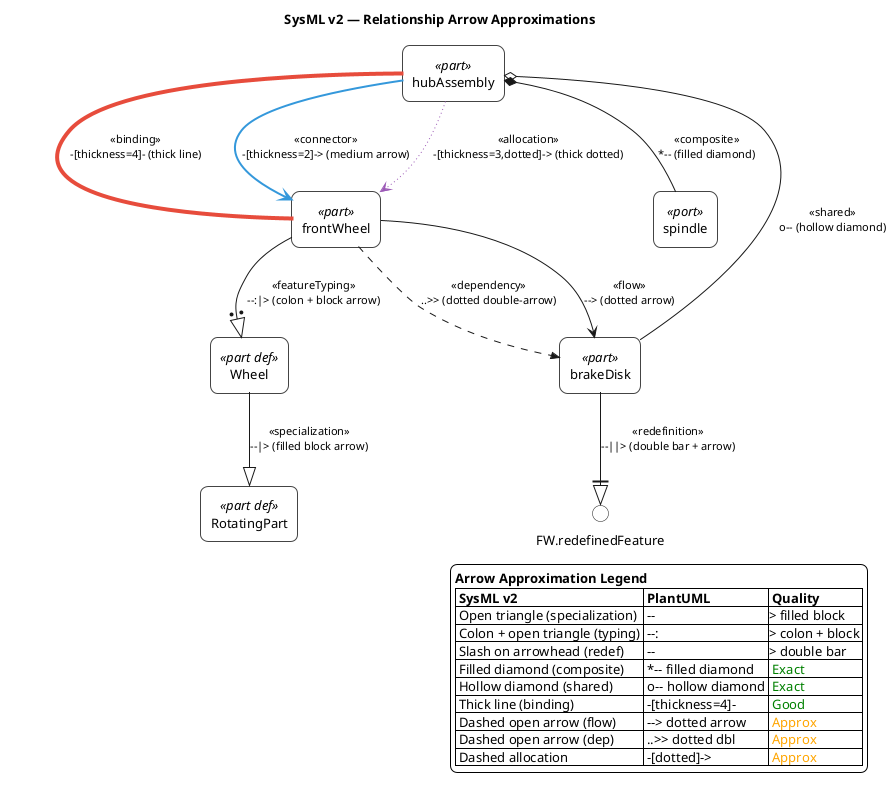
Before: plantuml-examples/02-relationships.png, a diagram exported from PlantUML (mycr0ft/sysmlpy). Its diagram source:
```plantuml
@startuml

<style>
root {
    BackGroundColor white
    FontName Helvetica
    FontSize 13
}
rectangle {
    RoundCorner 15
    LineColor #444444
    LineThickness 1
    BackgroundColor white
    Padding 12
}
arrow {
    FontSize 11
}
</style>

skinparam wrapWidth 350
hide circle

title SysML v2 — Relationship Arrow Approximations

rectangle "Wheel" as Wheel <<(D,#8B4513) part def>>
rectangle "RotatingPart" as RotPart <<(D,#8B4513) part def>>
rectangle "frontWheel" as FW <<(P,#32CD32) part>>
rectangle "spindle" as Spindle <<(P,#32CD32) port>>
rectangle "brakeDisk" as BD <<(P,#32CD32) part>>
rectangle "hubAssembly" as Hub <<(P,#32CD32) part>>

Wheel --|> RotPart : <<specialization>>\n--|> (filled block arrow)

FW --:|> Wheel : <<featureTyping>>\n--:|> (colon + block arrow)

BD --||> FW.redefinedFeature : <<redefinition>>\n--||> (double bar + arrow)

Hub *-- Spindle : <<composite>>\n*-- (filled diamond)

Hub o-- BD : <<shared>>\no-- (hollow diamond)

Hub -[thickness=4,#E74C3C]- FW : <<binding>>\n-[thickness=4]- (thick line)

Hub -[thickness=2,#3498DB]-> FW : <<connector>>\n-[thickness=2]-> (medium arrow)

FW ..>> BD : <<dependency>>\n..>> (dotted double-arrow)

FW --> BD : <<flow>>\n--> (dotted arrow)

Hub -[thickness=3,dotted,#9B59B6]-> FW : <<allocation>>\n-[thickness=3,dotted]-> (thick dotted)

legend right
  <b>Arrow Approximation Legend</b>
  |= SysML v2 |= PlantUML |= Quality |
  | Open triangle (specialization) | --|> filled block | <color:orange>Approx</color> |
  | Colon + open triangle (typing) | --:|> colon + block | <color:orange>Approx</color> |
  | Slash on arrowhead (redef) | --||> double bar | <color:orange>Approx</color> |
  | Filled diamond (composite) | *-- filled diamond | <color:green>Exact</color> |
  | Hollow diamond (shared) | o-- hollow diamond | <color:green>Exact</color> |
  | Thick line (binding) | -[thickness=4]- | <color:green>Good</color> |
  | Dashed open arrow (flow) | --> dotted arrow | <color:orange>Approx</color> |
  | Dashed open arrow (dep) | ..>> dotted dbl | <color:orange>Approx</color> |
  | Dashed allocation | -[dotted]-> | <color:orange>Approx</color> |
endlegend

@enduml
```
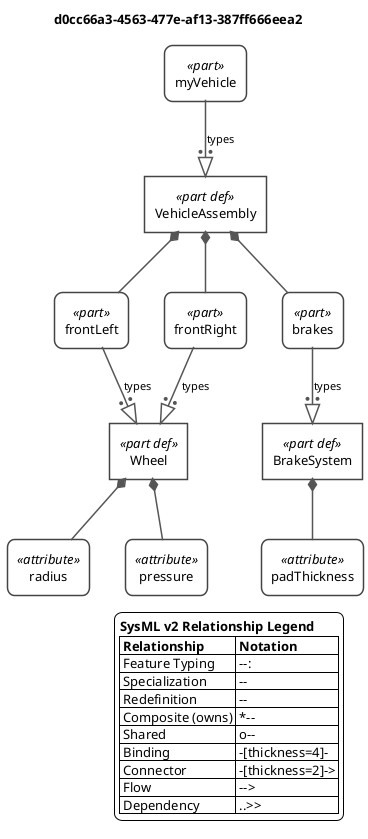
Above is the later version.

What changed in the source:
```diff
@@ -7,61 +7,111 @@
     FontSize 13
 }
 rectangle {
-    RoundCorner 15
     LineColor #444444
-    LineThickness 1
+    LineThickness 1.5
     BackgroundColor white
-    Padding 12
+    Padding 10
 }
 arrow {
+    LineColor #555555
+    LineThickness 1.5
     FontSize 11
 }
 </style>
 
-skinparam wrapWidth 350
+skinparam wrapWidth 400
+
+skinparam rectangle<<part def>> {
+    RoundCorner 0
+}
+skinparam rectangle<<item def>> {
+    RoundCorner 0
+}
+skinparam rectangle<<attribute def>> {
+    RoundCorner 0
+}
+skinparam rectangle<<port def>> {
+    RoundCorner 0
+}
+skinparam rectangle<<action def>> {
+    RoundCorner 0
+}
+skinparam rectangle<<state def>> {
+    RoundCorner 0
+}
+skinparam rectangle<<requirement def>> {
+    RoundCorner 0
+}
+skinparam rectangle<<part>> {
+    RoundCorner 15
+}
+skinparam rectangle<<item>> {
+    RoundCorner 15
+}
+skinparam rectangle<<attribute>> {
+    RoundCorner 15
+}
+skinparam rectangle<<port>> {
+    RoundCorner 15
+}
+skinparam rectangle<<action>> {
+    RoundCorner 15
+}
+skinparam rectangle<<state>> {
+    RoundCorner 15
+}
+skinparam rectangle<<requirement>> {
+    RoundCorner 15
+}
+skinparam folder<<view def>> {
+    BackgroundColor #F5E6FF
+    BorderColor #8E44AD
+}
+skinparam folder<<view>> {
+    BackgroundColor #F5E6FF
+    BorderColor #8E44AD
+}
+
+top to bottom direction
+
+title d0cc66a3-4563-477e-af13-387ff666eea2
+
 hide circle
 
-title SysML v2 — Relationship Arrow Approximations
+rectangle "Wheel" as E1 <<(P,#32CD32) part def>>
+rectangle "radius" as E2 <<(A,#32CD32) attribute>>
+rectangle "pressure" as E3 <<(A,#32CD32) attribute>>
+rectangle "BrakeSystem" as E4 <<(P,#32CD32) part def>>
+rectangle "padThickness" as E5 <<(A,#32CD32) attribute>>
+rectangle "VehicleAssembly" as E6 <<(P,#32CD32) part def>>
+rectangle "frontLeft" as E7 <<(P,#32CD32) part>>
+rectangle "frontRight" as E8 <<(P,#32CD32) part>>
+rectangle "brakes" as E9 <<(P,#32CD32) part>>
+rectangle "myVehicle" as E10 <<(P,#32CD32) part>>
 
-rectangle "Wheel" as Wheel <<(D,#8B4513) part def>>
-rectangle "RotatingPart" as RotPart <<(D,#8B4513) part def>>
-rectangle "frontWheel" as FW <<(P,#32CD32) part>>
-rectangle "spindle" as Spindle <<(P,#32CD32) port>>
-rectangle "brakeDisk" as BD <<(P,#32CD32) part>>
-rectangle "hubAssembly" as Hub <<(P,#32CD32) part>>
-
-Wheel --|> RotPart : <<specialization>>\n--|> (filled block arrow)
-
-FW --:|> Wheel : <<featureTyping>>\n--:|> (colon + block arrow)
-
-BD --||> FW.redefinedFeature : <<redefinition>>\n--||> (double bar + arrow)
-
-Hub *-- Spindle : <<composite>>\n*-- (filled diamond)
-
-Hub o-- BD : <<shared>>\no-- (hollow diamond)
-
-Hub -[thickness=4,#E74C3C]- FW : <<binding>>\n-[thickness=4]- (thick line)
-
-Hub -[thickness=2,#3498DB]-> FW : <<connector>>\n-[thickness=2]-> (medium arrow)
-
-FW ..>> BD : <<dependency>>\n..>> (dotted double-arrow)
-
-FW --> BD : <<flow>>\n--> (dotted arrow)
-
-Hub -[thickness=3,dotted,#9B59B6]-> FW : <<allocation>>\n-[thickness=3,dotted]-> (thick dotted)
+E1 *-- E2
+E1 *-- E3
+E4 *-- E5
+E6 *-- E7
+E7 --:|> E1 : types
+E6 *-- E8
+E8 --:|> E1 : types
+E6 *-- E9
+E9 --:|> E4 : types
+E10 --:|> E6 : types
 
 legend right
-  <b>Arrow Approximation Legend</b>
-  |= SysML v2 |= PlantUML |= Quality |
-  | Open triangle (specialization) | --|> filled block | <color:orange>Approx</color> |
-  | Colon + open triangle (typing) | --:|> colon + block | <color:orange>Approx</color> |
-  | Slash on arrowhead (redef) | --||> double bar | <color:orange>Approx</color> |
-  | Filled diamond (composite) | *-- filled diamond | <color:green>Exact</color> |
-  | Hollow diamond (shared) | o-- hollow diamond | <color:green>Exact</color> |
-  | Thick line (binding) | -[thickness=4]- | <color:green>Good</color> |
-  | Dashed open arrow (flow) | --> dotted arrow | <color:orange>Approx</color> |
-  | Dashed open arrow (dep) | ..>> dotted dbl | <color:orange>Approx</color> |
-  | Dashed allocation | -[dotted]-> | <color:orange>Approx</color> |
+  <b>SysML v2 Relationship Legend</b>
+  |= Relationship |= Notation |
+  | Feature Typing | --:|> |
+  | Specialization | --|> |
+  | Redefinition | --||> |
+  | Composite (owns) | *-- |
+  | Shared | o-- |
+  | Binding | -[thickness=4]- |
+  | Connector | -[thickness=2]-> |
+  | Flow | --> |
+  | Dependency | ..>> |
 endlegend
 
 @enduml
```
